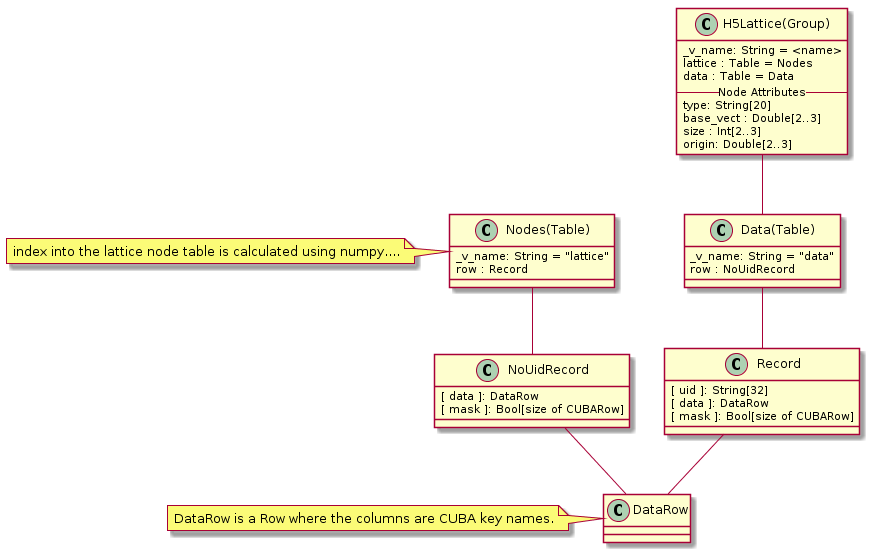
This is doc/source/images/h5lattice.png from simphony/simphony-common, a PlantUML export, as it was before one commit.
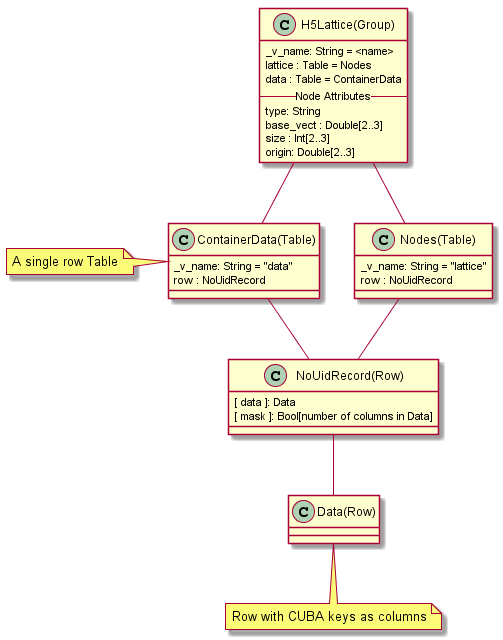
The same diagram one commit later.

What changed in the source:
```diff
@@ -1,11 +1,22 @@
 @startuml
+class CUBAData as "Data(Row)"
+note bottom: Row with CUBA keys as columns
+class NoUidRecord as "NoUidRecord(Row)" {
+  [ data ]: Data
+  [ mask ]: Bool[number of columns in Data]
+}
+class ContainerData as "ContainerData(Table)" {
+  _v_name: String = "data"
+  row : NoUidRecord
+}
+note left : A single row Table
 
 class H5Lattice as "H5Lattice(Group)" {
   _v_name: String = <name>
   lattice : Table = Nodes
-  data : Table = Data
+  data : Table = ContainerData
   -- Node Attributes --
-  type: String[20]
+  type: String
   base_vect : Double[2..3]
   size : Int[2..3]
   origin: Double[2..3]
@@ -13,33 +24,12 @@
 
 class Nodes as "Nodes(Table)" {
   _v_name: String = "lattice"
-  row : Record
-}
-note left : index into the lattice node table is calculated using numpy....
-
-class Data as "Data(Table)" {
-  _v_name: String = "data"
   row : NoUidRecord
 }
 
-class Record {
-  [ uid ]: String[32]
-  [ data ]: DataRow
-  [ mask ]: Bool[size of CUBARow]
-}
-
-class NoUidRecord {
-  [ data ]: DataRow
-  [ mask ]: Bool[size of CUBARow]
-}
-
-class DataRow
-note left: DataRow is a Row where the columns are CUBA key names.
-
-H5Lattice -- Data
-Data -- Record
+H5Lattice -- Nodes
+H5Lattice -- ContainerData
+ContainerData -- NoUidRecord
 Nodes -- NoUidRecord
-Record -- DataRow
-NoUidRecord -- DataRow
-
+NoUidRecord -- CUBAData
 @enduml
```
